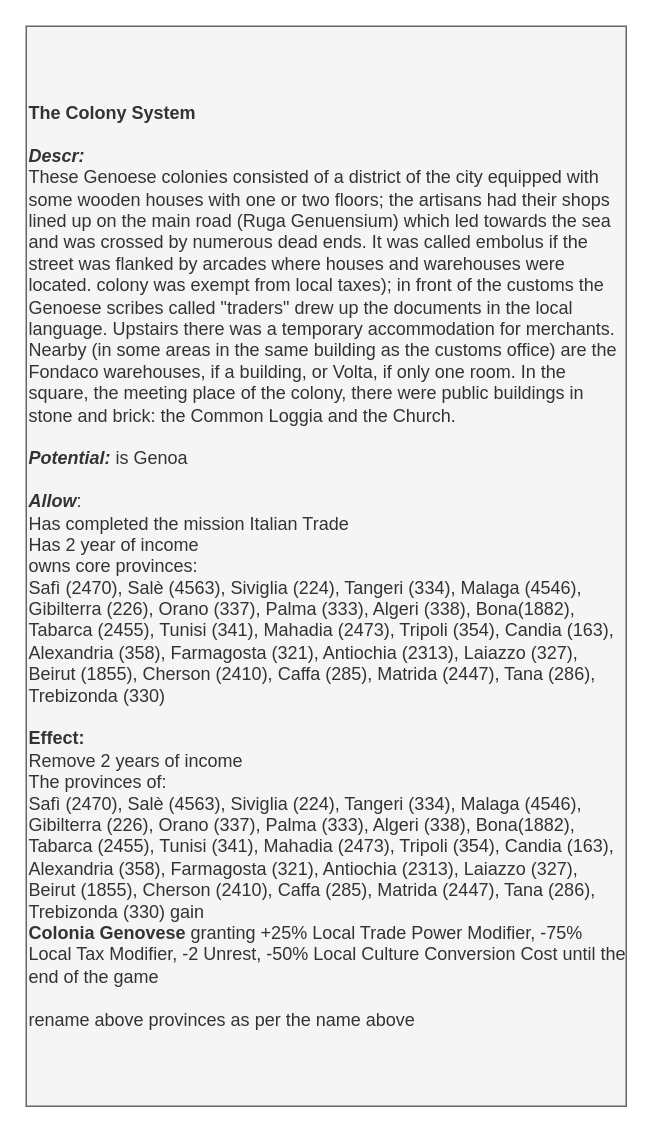
The draw.io diagram page "Decisions" (3 of 3) of It's Pesto Time/It's Pesto Time 0.4.drawio in Melvasul/Missions-Expanded, before the edit. Source tidied: cells renumbered, new cells numbered last; positions are measured from the earlier drawing's top-left corner, leaving out a move shared by most shapes. Both pictures are drawn from the tidied source at 150%, with x=0, y=0 at pixel (26, 26).
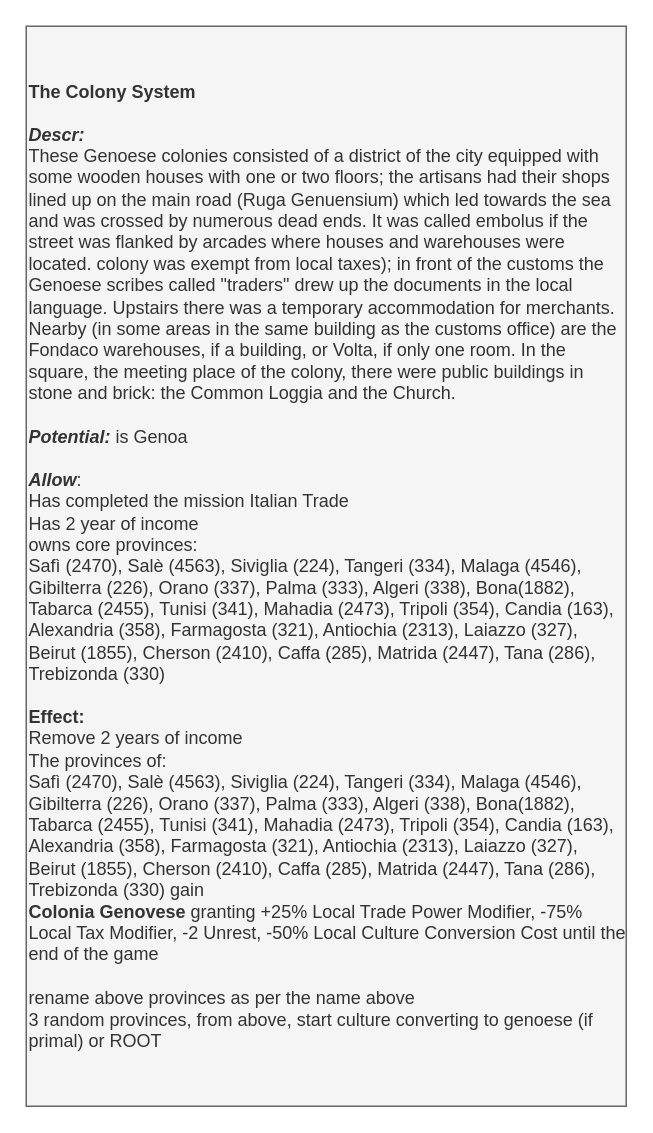
Above is the later version.

Change to the diagram source:
```diff
@@
 <mxGraphModel>
   <root>
     <mxCell id="0" />
     <mxCell id="1" parent="0" />
-    <mxCell id="2" value="&lt;div style=&quot;font-size: 12px&quot;&gt;&lt;b&gt;The Colony System&lt;/b&gt;&lt;/div&gt;&lt;div style=&quot;font-size: 12px&quot;&gt;&lt;b&gt;&lt;br&gt;&lt;/b&gt;&lt;/div&gt;&lt;div style=&quot;font-size: 12px&quot;&gt;&lt;b&gt;&lt;i&gt;Descr:&lt;/i&gt;&lt;/b&gt;&lt;br&gt;&lt;/div&gt;&lt;div&gt;These Genoese colonies consisted of a district of the city equipped with some wooden houses with one or two floors; the artisans had their shops lined up on the main road (Ruga Genuensium) which led towards the sea and was crossed by numerous dead ends. It was called embolus if the street was flanked by arcades where houses and warehouses were located. colony was exempt from local taxes); in front of the customs the Genoese scribes called &quot;traders&quot; drew up the documents in the local language. Upstairs there was a temporary accommodation for merchants. Nearby (in some areas in the same building as the customs office) are the Fondaco warehouses, if a building, or Volta, if only one room. In the square, the meeting place of the colony, there were public buildings in stone and brick: the Common Loggia and the Church.&lt;br&gt;&lt;/div&gt;&lt;div&gt;&lt;br&gt;&lt;/div&gt;&lt;div style=&quot;font-size: 12px&quot;&gt;&lt;/div&gt;&lt;font&gt;&lt;i style=&quot;font-weight: bold&quot;&gt;Potential:&lt;/i&gt;&amp;nbsp;is Genoa&lt;br&gt;&lt;br&gt;&lt;span style=&quot;font-size: 12px&quot;&gt;&lt;b style=&quot;font-style: italic&quot;&gt;Allow&lt;/b&gt;:&lt;br&gt;Has completed the mission Italian Trade&lt;/span&gt;&lt;br&gt;&lt;div&gt;Has 2 year of income&lt;br&gt;&lt;/div&gt;&lt;div&gt;owns core provinces:&lt;br&gt;Safì (2470), Salè (4563), Siviglia (224), Tangeri (334), Malaga (4546), Gibilterra (226), Orano (337), Palma (333), Algeri (338), Bona(1882), Tabarca (2455), Tunisi (341), Mahadia (2473), Tripoli (354), Candia (163), Alexandria (358), Farmagosta (321), Antiochia (2313), Laiazzo (327), Beirut (1855), Cherson (2410), Caffa (285), Matrida (2447), Tana (286), Trebizonda (330)&lt;br&gt;&lt;/div&gt;&lt;div&gt;&lt;br&gt;&lt;/div&gt;&lt;div&gt;&lt;b&gt;Effect:&lt;/b&gt;&lt;/div&gt;&lt;div&gt;Remove 2 years of income&lt;/div&gt;&lt;div&gt;The provinces of:&lt;/div&gt;&lt;div&gt;Safì (2470), Salè (4563), Siviglia (224), Tangeri (334), Malaga (4546), Gibilterra (226), Orano (337), Palma (333), Algeri (338), Bona(1882), Tabarca (2455), Tunisi (341), Mahadia (2473), Tripoli (354), Candia (163), Alexandria (358), Farmagosta (321), Antiochia (2313), Laiazzo (327), Beirut (1855), Cherson (2410), Caffa (285), Matrida (2447), Tana (286), Trebizonda (330) gain&amp;nbsp;&lt;/div&gt;&lt;div&gt;&lt;b&gt;Colonia Genovese&lt;/b&gt;&amp;nbsp;granting +25% Local Trade Power Modifier, -75% Local Tax Modifier, -2 Unrest, -50% Local Culture Conversion Cost until the end of the game&lt;/div&gt;&lt;div&gt;&lt;br&gt;&lt;/div&gt;&lt;div&gt;rename above provinces as per the name above&lt;/div&gt;&lt;/font&gt;" style="rounded=0;whiteSpace=wrap;html=1;align=left;fontSize=12;fillColor=#f5f5f5;strokeColor=#666666;fontColor=#333333;" parent="1" vertex="1">
+    <mxCell id="2" value="&lt;div style=&quot;font-size: 12px&quot;&gt;&lt;b&gt;The Colony System&lt;/b&gt;&lt;/div&gt;&lt;div style=&quot;font-size: 12px&quot;&gt;&lt;b&gt;&lt;br&gt;&lt;/b&gt;&lt;/div&gt;&lt;div style=&quot;font-size: 12px&quot;&gt;&lt;b&gt;&lt;i&gt;Descr:&lt;/i&gt;&lt;/b&gt;&lt;br&gt;&lt;/div&gt;&lt;div&gt;These Genoese colonies consisted of a district of the city equipped with some wooden houses with one or two floors; the artisans had their shops lined up on the main road (Ruga Genuensium) which led towards the sea and was crossed by numerous dead ends. It was called embolus if the street was flanked by arcades where houses and warehouses were located. colony was exempt from local taxes); in front of the customs the Genoese scribes called &quot;traders&quot; drew up the documents in the local language. Upstairs there was a temporary accommodation for merchants. Nearby (in some areas in the same building as the customs office) are the Fondaco warehouses, if a building, or Volta, if only one room. In the square, the meeting place of the colony, there were public buildings in stone and brick: the Common Loggia and the Church.&lt;br&gt;&lt;/div&gt;&lt;div&gt;&lt;br&gt;&lt;/div&gt;&lt;div style=&quot;font-size: 12px&quot;&gt;&lt;/div&gt;&lt;font&gt;&lt;i style=&quot;font-weight: bold&quot;&gt;Potential:&lt;/i&gt;&amp;nbsp;is Genoa&lt;br&gt;&lt;br&gt;&lt;span style=&quot;font-size: 12px&quot;&gt;&lt;b style=&quot;font-style: italic&quot;&gt;Allow&lt;/b&gt;:&lt;br&gt;Has completed the mission Italian Trade&lt;/span&gt;&lt;br&gt;&lt;div&gt;Has 2 year of income&lt;br&gt;&lt;/div&gt;&lt;div&gt;owns core provinces:&lt;br&gt;Safì (2470), Salè (4563), Siviglia (224), Tangeri (334), Malaga (4546), Gibilterra (226), Orano (337), Palma (333), Algeri (338), Bona(1882), Tabarca (2455), Tunisi (341), Mahadia (2473), Tripoli (354), Candia (163), Alexandria (358), Farmagosta (321), Antiochia (2313), Laiazzo (327), Beirut (1855), Cherson (2410), Caffa (285), Matrida (2447), Tana (286), Trebizonda (330)&lt;br&gt;&lt;/div&gt;&lt;div&gt;&lt;br&gt;&lt;/div&gt;&lt;div&gt;&lt;b&gt;Effect:&lt;/b&gt;&lt;/div&gt;&lt;div&gt;Remove 2 years of income&lt;/div&gt;&lt;div&gt;The provinces of:&lt;/div&gt;&lt;div&gt;Safì (2470), Salè (4563), Siviglia (224), Tangeri (334), Malaga (4546), Gibilterra (226), Orano (337), Palma (333), Algeri (338), Bona(1882), Tabarca (2455), Tunisi (341), Mahadia (2473), Tripoli (354), Candia (163), Alexandria (358), Farmagosta (321), Antiochia (2313), Laiazzo (327), Beirut (1855), Cherson (2410), Caffa (285), Matrida (2447), Tana (286), Trebizonda (330) gain&amp;nbsp;&lt;/div&gt;&lt;div&gt;&lt;b&gt;Colonia Genovese&lt;/b&gt;&amp;nbsp;granting +25% Local Trade Power Modifier, -75% Local Tax Modifier, -2 Unrest, -50% Local Culture Conversion Cost until the end of the game&lt;/div&gt;&lt;div&gt;&lt;br&gt;&lt;/div&gt;&lt;div&gt;rename above provinces as per the name above&lt;/div&gt;&lt;div&gt;3 random provinces, from above, start culture converting to genoese (if primal) or ROOT&lt;/div&gt;&lt;/font&gt;" style="rounded=0;whiteSpace=wrap;html=1;align=left;fontSize=12;fillColor=#f5f5f5;strokeColor=#666666;fontColor=#333333;" parent="1" vertex="1">
       <mxGeometry width="400" height="720" as="geometry" />
     </mxCell>
   </root>
 </mxGraphModel>
```
